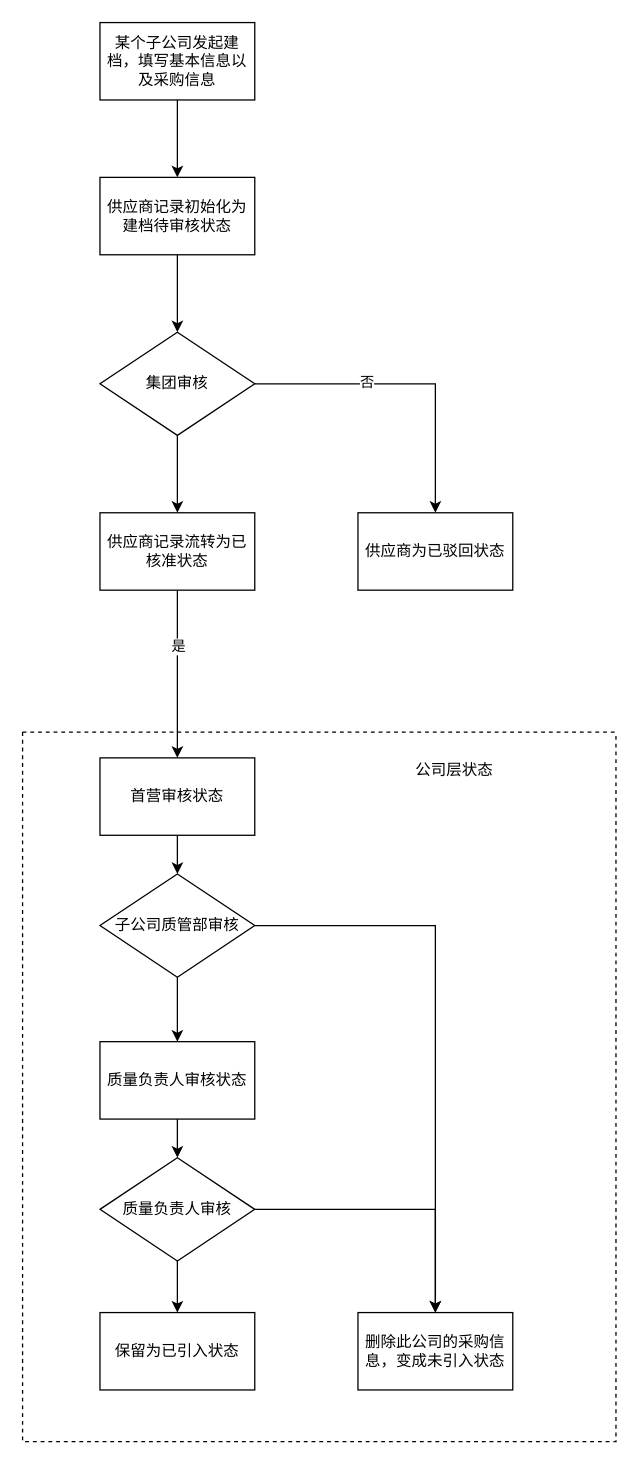
Before: gitskills/供应商建档审核流程.drawio in benbenbo/learngit, a draw.io diagram. Source tidied: cells renumbered, new cells numbered last; positions are measured from the earlier drawing's top-left corner, leaving out a move shared by most shapes. Both pictures are drawn from the tidied source at 129%, with x=0, y=0 at pixel (22, 22).
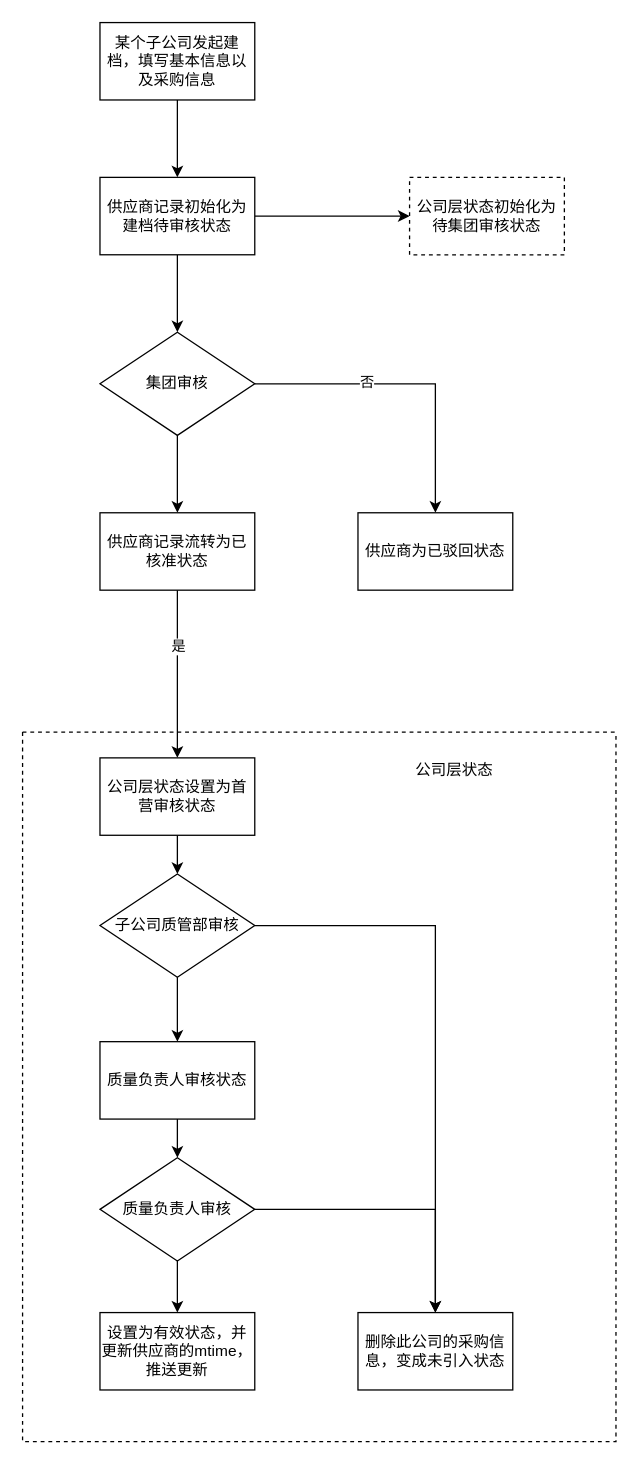
The same diagram, later.

Commit message:
Update 供应商建档审核流程.drawio

The change refers to these unchanged cells:
```xml
<mxCell id="5" value="供应商记录初始化为建档待审核状态" style="rounded=0;whiteSpace=wrap;html=1;" parent="1" vertex="1">
  <mxGeometry x="60" y="120" width="120" height="60" as="geometry" />
</mxCell>
<mxCell id="13" style="swimlane;startSize=0;dashed=1;fillColor=none;gradientColor=none;" parent="1" vertex="1">
  <mxGeometry y="550" width="460" height="550" as="geometry" />
</mxCell>
```

The edit, as a diff of the source:
```diff
@@
+    <mxCell id="28" style="edgeStyle=orthogonalEdgeStyle;rounded=0;jettySize=auto;html=1;entryX=0;entryY=0.5;entryDx=0;entryDy=0;" parent="1" edge="1" source="5" target="29">
+      <mxGeometry relative="1" as="geometry" />
+    </mxCell>
@@
-    <mxCell id="20" value="首营审核状态" style="rounded=0;whiteSpace=wrap;html=1;" parent="13" vertex="1">
+    <mxCell id="20" value="公司层状态设置为首营审核状态" style="rounded=0;whiteSpace=wrap;html=1;" parent="13" vertex="1">
       <mxGeometry x="60" y="20" width="120" height="60" as="geometry" />
     </mxCell>
@@
-    <mxCell id="24" value="保留为已引入状态" style="rounded=0;whiteSpace=wrap;html=1;fillColor=none;gradientColor=none;" parent="13" vertex="1">
+    <mxCell id="24" value="设置为有效状态，并更新供应商的mtime，推送更新" style="rounded=0;whiteSpace=wrap;html=1;fillColor=none;gradientColor=none;" parent="13" vertex="1">
       <mxGeometry x="60" y="450" width="120" height="60" as="geometry" />
     </mxCell>
@@
+    <mxCell id="29" value="公司层状态初始化为待集团审核状态" style="rounded=0;whiteSpace=wrap;html=1;dashed=1;" parent="1" vertex="1">
+      <mxGeometry x="300" y="120" width="120" height="60" as="geometry" />
+    </mxCell>
```
